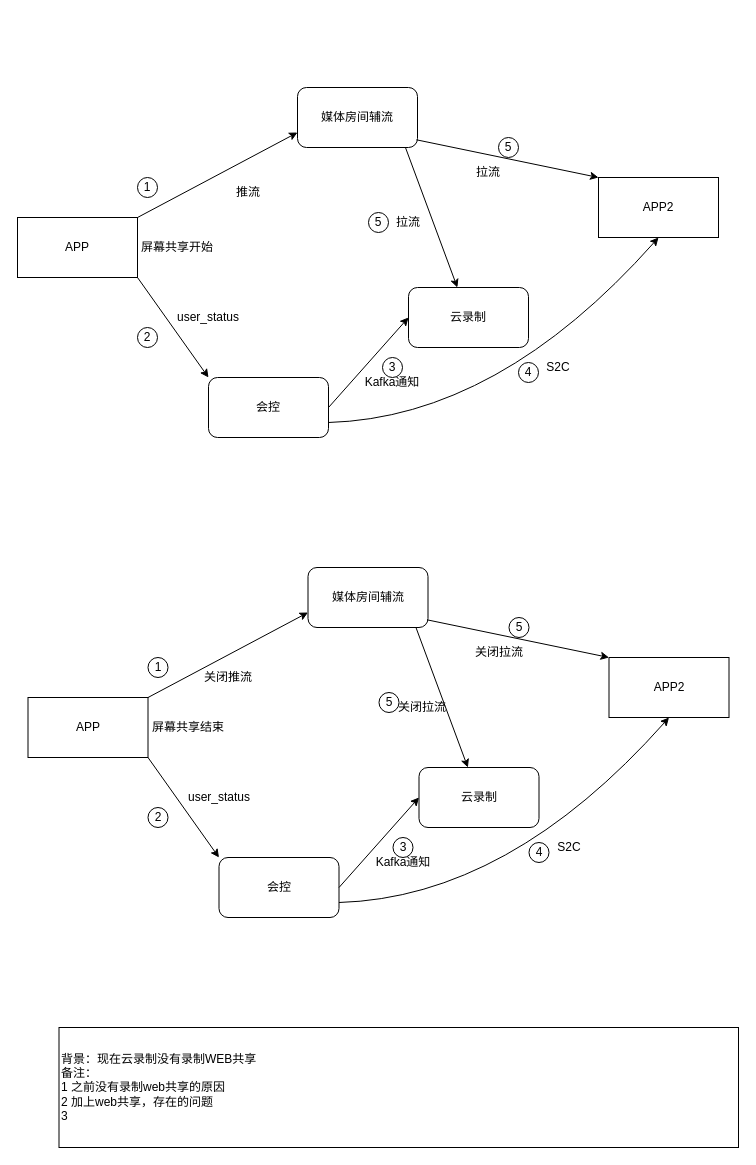
Earlier version of the draw.io diagram arch/云录制支持文档共享.drawio (melonshell/draw.io). Source tidied: cells renumbered, new cells numbered last; positions are measured from the earlier drawing's top-left corner, leaving out a move shared by most shapes. Both pictures are drawn from the tidied source at 100%, with x=0, y=0 at pixel (17, 87).
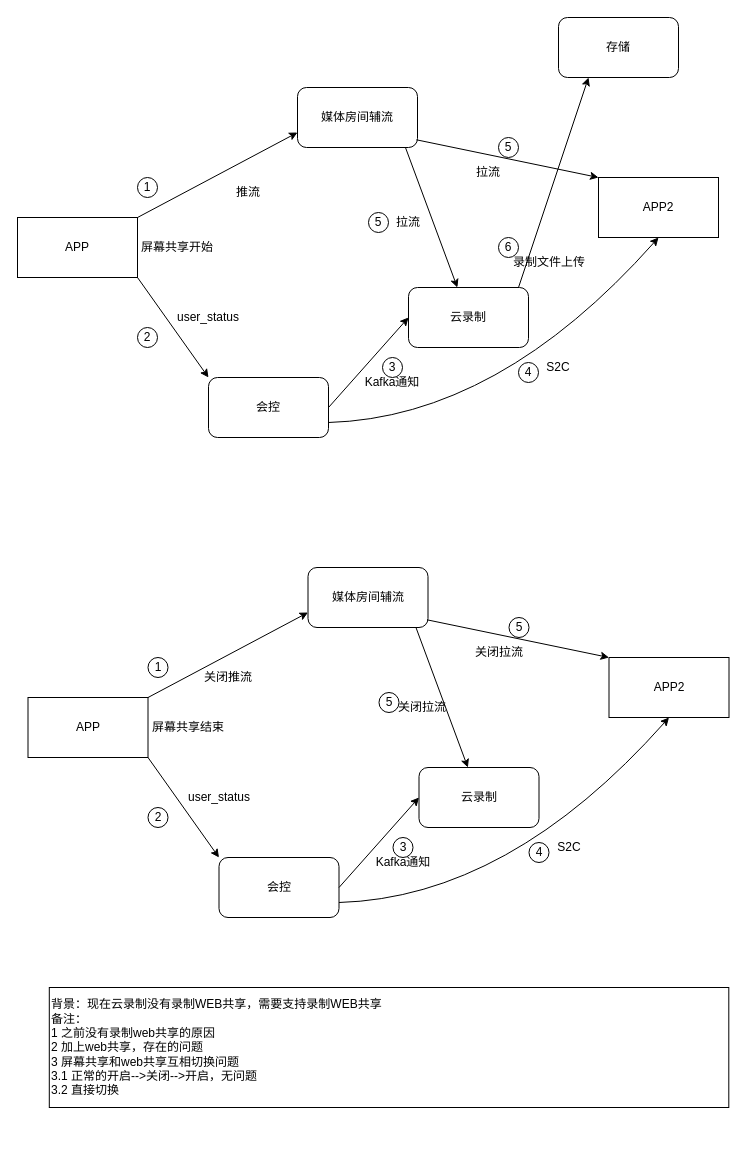
The same page after the edit.

Commit message (it also covers changes not shown here):
更新云录制支持文档共享.drawio

Diff of the diagram source:
```diff
@@
-    <mxCell id="50" value="背景：现在云录制没有录制WEB共享&lt;br&gt;备注：&lt;br&gt;1 之前没有录制web共享的原因&lt;br&gt;2 加上web共享，存在的问题&lt;br&gt;3&amp;nbsp;" style="rounded=0;whiteSpace=wrap;html=1;fillColor=none;align=left;" parent="1" vertex="1">
-      <mxGeometry x="41.5" y="940" width="679.5" height="120" as="geometry" />
+    <mxCell id="50" value="背景：现在云录制没有录制WEB共享，需要支持录制WEB共享&lt;br&gt;备注：&lt;br&gt;1 之前没有录制web共享的原因&lt;br&gt;2 加上web共享，存在的问题&lt;br&gt;3 屏幕共享和web共享互相切换问题&lt;br&gt;3.1 正常的开启--&amp;gt;关闭--&amp;gt;开启，无问题&lt;br&gt;3.2 直接切换" style="rounded=0;whiteSpace=wrap;html=1;fillColor=none;align=left;" parent="1" vertex="1">
+      <mxGeometry x="31.8" y="900" width="679.5" height="120" as="geometry" />
     </mxCell>
+    <mxCell id="51" value="存储" style="rounded=1;whiteSpace=wrap;html=1;" parent="1" vertex="1">
+      <mxGeometry x="541" y="-70" width="120" height="60" as="geometry" />
+    </mxCell>
+    <mxCell id="52" style="endArrow=classic;html=1;rounded=0;entryX=0.25;entryY=1;entryDx=0;entryDy=0;" parent="1" edge="1" target="51">
+      <mxGeometry relative="1" as="geometry">
+        <mxPoint x="501" y="200" as="sourcePoint" />
+      </mxGeometry>
+    </mxCell>
+    <mxCell id="53" value="6" style="ellipse;whiteSpace=wrap;html=1;fillColor=none;" parent="1" vertex="1">
+      <mxGeometry x="481" y="150" width="20" height="20" as="geometry" />
+    </mxCell>
+    <mxCell id="54" value="录制文件上传" style="rounded=0;whiteSpace=wrap;html=1;fillColor=none;strokeColor=none;" parent="1" vertex="1">
+      <mxGeometry x="491.5" y="160" width="80" height="30" as="geometry" />
+    </mxCell>
```
